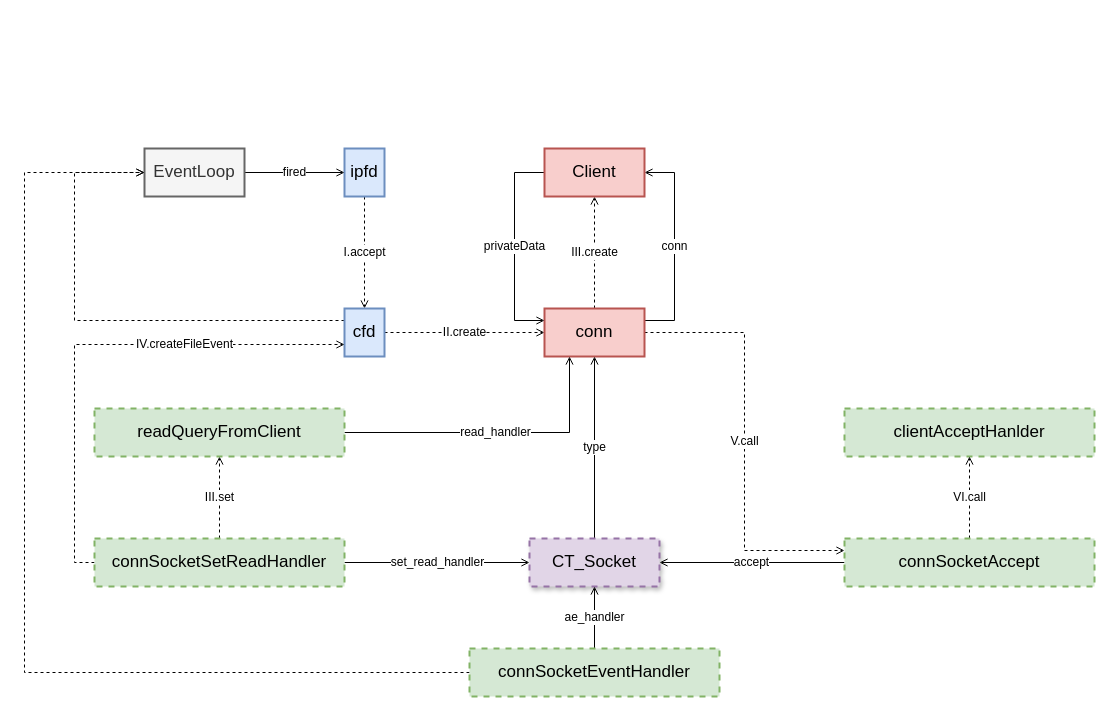
Above: page "acceptTCPHandler" (2 of 6) of redis/redis-server.drawio in dovics/draw.io (draw.io), before the change. Source tidied: cells renumbered, new cells numbered last; positions are measured from the earlier drawing's top-left corner, leaving out a move shared by most shapes. Both pictures are drawn from the tidied source at 100%, with x=0, y=0 at pixel (24, 148).
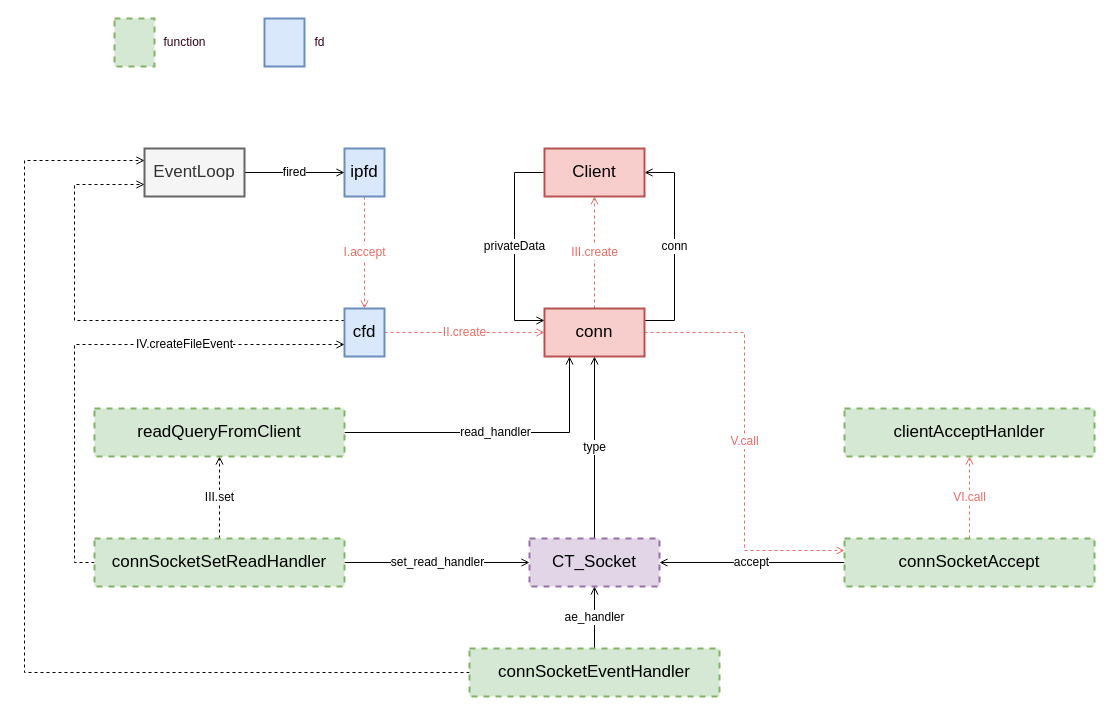
The same diagram, later.

Commit message (it also covers changes not shown here):
[redis] server

The change refers to these unchanged cells:
```xml
<mxCell id="3" value="ipfd" style="rounded=0;whiteSpace=wrap;html=1;strokeWidth=2;fontSize=17;fillColor=#dae8fc;strokeColor=#6c8ebf;" parent="1" vertex="1">
  <mxGeometry x="320" width="40" height="48" as="geometry" />
</mxCell>
<mxCell id="5" value="EventLoop" style="rounded=0;whiteSpace=wrap;html=1;strokeWidth=2;fontSize=17;fillColor=#f5f5f5;strokeColor=#666666;fontColor=#333333;" parent="1" vertex="1">
  <mxGeometry x="120" width="100" height="48" as="geometry" />
</mxCell>
<mxCell id="8" value="cfd" style="rounded=0;whiteSpace=wrap;html=1;strokeWidth=2;fontSize=17;fillColor=#dae8fc;strokeColor=#6c8ebf;" parent="1" vertex="1">
  <mxGeometry x="320" y="160" width="40" height="48" as="geometry" />
</mxCell>
<mxCell id="12" value="conn" style="rounded=0;whiteSpace=wrap;html=1;strokeWidth=2;fontSize=17;fillColor=#f8cecc;strokeColor=#b85450;" parent="1" vertex="1">
  <mxGeometry x="520" y="160" width="100" height="48" as="geometry" />
</mxCell>
<mxCell id="15" value="clientAcceptHanlder" style="rounded=0;whiteSpace=wrap;html=1;strokeWidth=2;fontSize=17;dashed=1;fillColor=#d5e8d4;strokeColor=#82b366;" parent="1" vertex="1">
  <mxGeometry x="820" y="260" width="250" height="48" as="geometry" />
</mxCell>
<mxCell id="17" value="Client" style="rounded=0;whiteSpace=wrap;html=1;strokeWidth=2;fontSize=17;fillColor=#f8cecc;strokeColor=#b85450;" parent="1" vertex="1">
  <mxGeometry x="520" width="100" height="48" as="geometry" />
</mxCell>
<mxCell id="20" value="connSocketAccept" style="rounded=0;whiteSpace=wrap;html=1;strokeWidth=2;fontSize=17;shadow=0;dashed=1;fillColor=#d5e8d4;strokeColor=#82b366;" parent="1" vertex="1">
  <mxGeometry x="820" y="390" width="250" height="48" as="geometry" />
</mxCell>
<mxCell id="29" value="connSocketEventHandler" style="rounded=0;whiteSpace=wrap;html=1;strokeWidth=2;fontSize=17;shadow=0;dashed=1;fillColor=#d5e8d4;strokeColor=#82b366;" parent="1" vertex="1">
  <mxGeometry x="445" y="500" width="250" height="48" as="geometry" />
</mxCell>
```

What changed in the source:
```diff
@@
-    <mxCell id="2" value="I.accept" style="edgeStyle=orthogonalEdgeStyle;rounded=0;jettySize=auto;html=1;exitX=0.5;exitY=1;exitDx=0;exitDy=0;fontSize=12;endArrow=open;endFill=0;entryX=0.5;entryY=0;entryDx=0;entryDy=0;dashed=1;" parent="1" edge="1" source="3" target="8">
+    <mxCell id="2" value="I.accept" style="edgeStyle=orthogonalEdgeStyle;rounded=0;jettySize=auto;html=1;exitX=0.5;exitY=1;exitDx=0;exitDy=0;fontSize=12;endArrow=open;endFill=0;entryX=0.5;entryY=0;entryDx=0;entryDy=0;dashed=1;fillColor=#f8cecc;strokeColor=#EA6B66;fontColor=#EA6B66;" parent="1" edge="1" source="3" target="8">
       <mxGeometry relative="1" as="geometry" />
     </mxCell>
@@
-    <mxCell id="6" value="II.create" style="edgeStyle=orthogonalEdgeStyle;rounded=0;jettySize=auto;html=1;exitX=1;exitY=0.5;exitDx=0;exitDy=0;entryX=0;entryY=0.5;entryDx=0;entryDy=0;fontSize=12;endArrow=open;endFill=0;dashed=1;" parent="1" edge="1" source="8" target="12">
+    <mxCell id="6" value="II.create" style="edgeStyle=orthogonalEdgeStyle;rounded=0;jettySize=auto;html=1;exitX=1;exitY=0.5;exitDx=0;exitDy=0;entryX=0;entryY=0.5;entryDx=0;entryDy=0;fontSize=12;endArrow=open;endFill=0;dashed=1;fontColor=#EA6B66;strokeColor=#EA6B66;" parent="1" edge="1" source="8" target="12">
       <mxGeometry relative="1" as="geometry" />
     </mxCell>
-    <mxCell id="7" style="edgeStyle=orthogonalEdgeStyle;rounded=0;jettySize=auto;html=1;exitX=0;exitY=0.25;exitDx=0;exitDy=0;entryX=0;entryY=0.5;entryDx=0;entryDy=0;dashed=1;fontSize=12;endArrow=open;endFill=0;" parent="1" edge="1" source="8" target="5">
+    <mxCell id="7" style="edgeStyle=orthogonalEdgeStyle;rounded=0;jettySize=auto;html=1;exitX=0;exitY=0.25;exitDx=0;exitDy=0;entryX=0;entryY=0.75;entryDx=0;entryDy=0;dashed=1;fontSize=12;endArrow=open;endFill=0;" parent="1" edge="1" source="8" target="5">
       <mxGeometry relative="1" as="geometry">
         <Array as="points">
           <mxPoint x="50" y="172" />
-          <mxPoint x="50" y="24" />
+          <mxPoint x="50" y="36" />
         </Array>
       </mxGeometry>
     </mxCell>
@@
-    <mxCell id="9" value="III.create" style="edgeStyle=orthogonalEdgeStyle;rounded=0;jettySize=auto;html=1;exitX=0.5;exitY=0;exitDx=0;exitDy=0;fontSize=12;endArrow=open;endFill=0;entryX=0.5;entryY=1;entryDx=0;entryDy=0;dashed=1;" parent="1" edge="1" source="12" target="17">
+    <mxCell id="9" value="III.create" style="edgeStyle=orthogonalEdgeStyle;rounded=0;jettySize=auto;html=1;exitX=0.5;exitY=0;exitDx=0;exitDy=0;fontSize=12;endArrow=open;endFill=0;entryX=0.5;entryY=1;entryDx=0;entryDy=0;dashed=1;fontColor=#EA6B66;strokeColor=#EA6B66;" parent="1" edge="1" source="12" target="17">
       <mxGeometry relative="1" as="geometry" />
     </mxCell>
@@
-    <mxCell id="11" value="V.call" style="edgeStyle=orthogonalEdgeStyle;rounded=0;jettySize=auto;html=1;exitX=1;exitY=0.5;exitDx=0;exitDy=0;entryX=0;entryY=0.25;entryDx=0;entryDy=0;dashed=1;fontSize=12;endArrow=open;endFill=0;" parent="1" edge="1" source="12" target="20">
+    <mxCell id="11" value="V.call" style="edgeStyle=orthogonalEdgeStyle;rounded=0;jettySize=auto;html=1;exitX=1;exitY=0.5;exitDx=0;exitDy=0;entryX=0;entryY=0.25;entryDx=0;entryDy=0;dashed=1;fontSize=12;endArrow=open;endFill=0;fontColor=#EA6B66;strokeColor=#EA6B66;" parent="1" edge="1" source="12" target="20">
       <mxGeometry relative="1" as="geometry" />
     </mxCell>
@@
-    <mxCell id="14" value="CT_Socket" style="rounded=0;whiteSpace=wrap;html=1;strokeWidth=2;fontSize=17;dashed=1;shadow=1;fillColor=#e1d5e7;strokeColor=#9673a6;" parent="1" vertex="1">
+    <mxCell id="14" value="CT_Socket" style="rounded=0;whiteSpace=wrap;html=1;strokeWidth=2;fontSize=17;dashed=1;shadow=0;fillColor=#e1d5e7;strokeColor=#9673a6;" parent="1" vertex="1">
       <mxGeometry x="505" y="390" width="130" height="48" as="geometry" />
     </mxCell>
@@
-    <mxCell id="19" value="VI.call" style="edgeStyle=orthogonalEdgeStyle;rounded=0;jettySize=auto;html=1;exitX=0.5;exitY=0;exitDx=0;exitDy=0;entryX=0.5;entryY=1;entryDx=0;entryDy=0;dashed=1;fontSize=12;endArrow=open;endFill=0;" parent="1" edge="1" source="20" target="15">
+    <mxCell id="19" value="VI.call" style="edgeStyle=orthogonalEdgeStyle;rounded=0;jettySize=auto;html=1;exitX=0.5;exitY=0;exitDx=0;exitDy=0;entryX=0.5;entryY=1;entryDx=0;entryDy=0;dashed=1;fontSize=12;endArrow=open;endFill=0;fontColor=#EA6B66;strokeColor=#EA6B66;" parent="1" edge="1" source="20" target="15">
       <mxGeometry relative="1" as="geometry" />
     </mxCell>
@@
-    <mxCell id="28" style="edgeStyle=orthogonalEdgeStyle;rounded=0;jettySize=auto;html=1;exitX=0;exitY=0.5;exitDx=0;exitDy=0;entryX=0;entryY=0.5;entryDx=0;entryDy=0;fontSize=12;endArrow=open;endFill=0;dashed=1;" parent="1" edge="1" source="29" target="5">
+    <mxCell id="28" style="edgeStyle=orthogonalEdgeStyle;rounded=0;jettySize=auto;html=1;exitX=0;exitY=0.5;exitDx=0;exitDy=0;entryX=0;entryY=0.25;entryDx=0;entryDy=0;fontSize=12;endArrow=open;endFill=0;dashed=1;" parent="1" edge="1" source="29" target="5">
       <mxGeometry relative="1" as="geometry">
         <Array as="points">
           <mxPoint y="524" />
-          <mxPoint y="24" />
+          <mxPoint y="12" />
         </Array>
       </mxGeometry>
     </mxCell>
@@
+    <mxCell id="30" style="rounded=0;whiteSpace=wrap;html=1;strokeWidth=2;fontSize=17;fillColor=#d5e8d4;strokeColor=#82b366;dashed=1;" parent="1" vertex="1">
+      <mxGeometry x="90" y="-130" width="40" height="48" as="geometry" />
+    </mxCell>
+    <mxCell id="31" value="function" style="text;html=1;align=center;verticalAlign=middle;strokeColor=none;labelBackgroundColor=#ffffff;fontColor=#33001A;" parent="1" vertex="1">
+      <mxGeometry x="130" y="-116" width="60" height="20" as="geometry" />
+    </mxCell>
+    <mxCell id="32" style="rounded=0;whiteSpace=wrap;html=1;strokeWidth=2;fontSize=17;fillColor=#dae8fc;strokeColor=#6c8ebf;" parent="1" vertex="1">
+      <mxGeometry x="240" y="-130" width="40" height="48" as="geometry" />
+    </mxCell>
+    <mxCell id="33" value="fd" style="text;html=1;align=center;verticalAlign=middle;strokeColor=none;fontColor=#33001A;" parent="1" vertex="1">
+      <mxGeometry x="280" y="-116" width="30" height="20" as="geometry" />
+    </mxCell>
```
